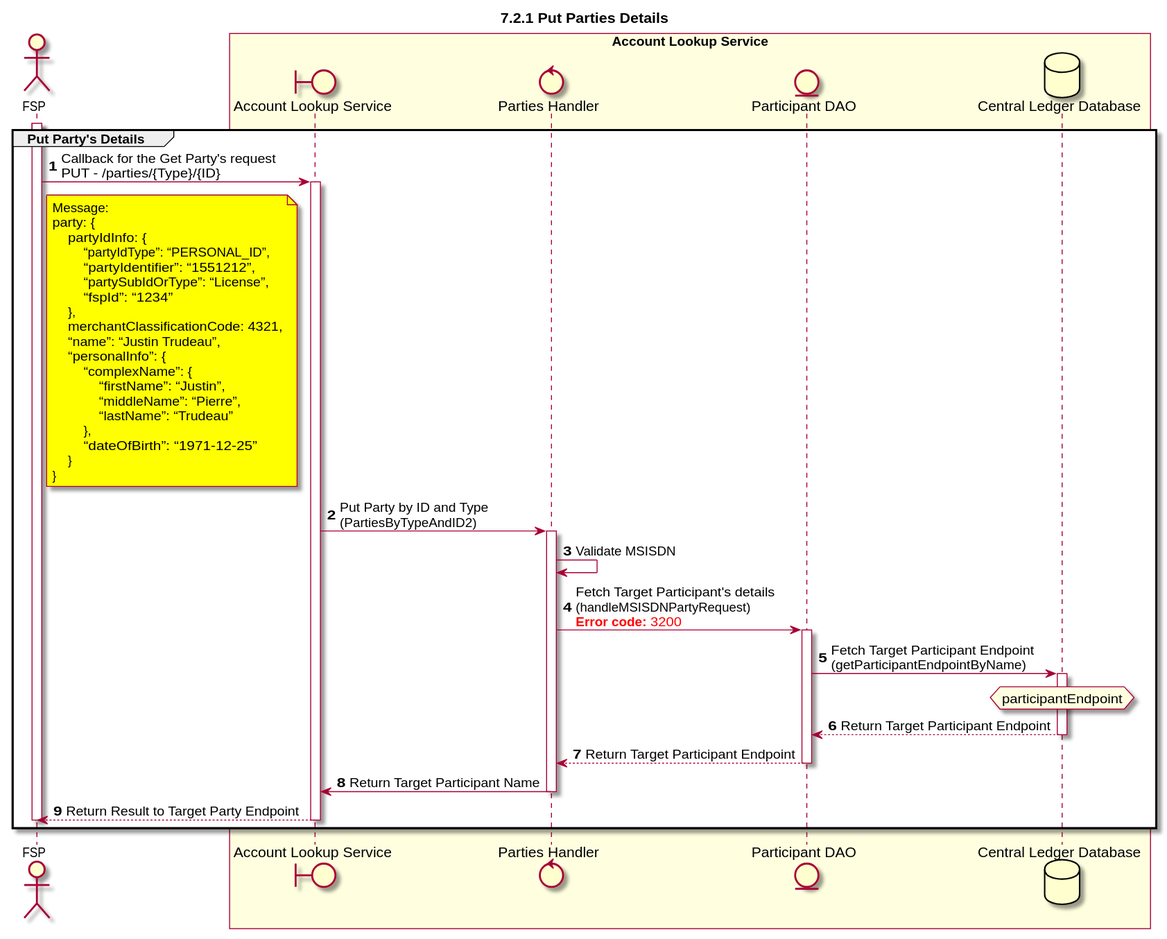
Before: Diagrams/SequenceDiagrams/seq-acct-lookup-put-parties-7.2.1.svg, a diagram exported from PlantUML (ggrg/docs).
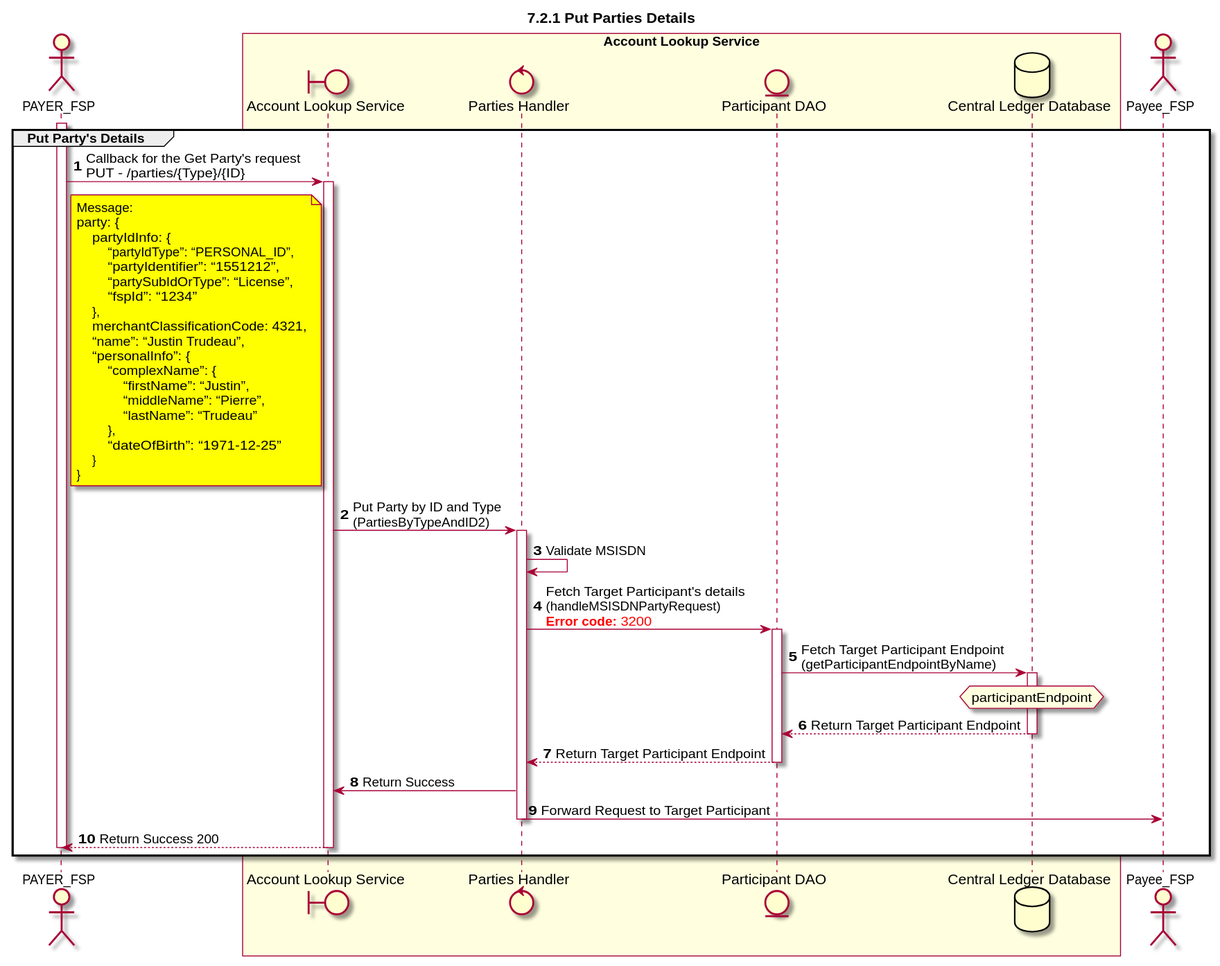
Above is the later version.

What changed in the source:
```diff
@@ -3,12 +3,13 @@
 
 autonumber
 
-actor "FSP" as FSP
+actor "PAYER_FSP" as PAYER_FSP
 boundary "Account Lookup Service" as ALS
 control "Parties Handler" as PARTIES_HANDLER
 entity "Account Lookup Service API" as ALS
 entity "Participant DAO" as PARTICIPANT_DAO
 database "Central Ledger Database" as DB
+actor "Payee_FSP" as PAYEE_FSP
 
 box "Account Lookup Service" #LightYellow
 participant ALS
@@ -17,11 +18,13 @@
 participant DB
 end box
 
+participant PAYEE_FSP
 
-activate FSP
+
+activate PAYER_FSP
 group Put Party's Details
-    FSP -> ALS: Callback for the Get Party's request   \nPUT - /parties/{Type}/{ID}
-    note right of FSP #yellow
+    PAYER_FSP -> ALS: Callback for the Get Party's request   \nPUT - /parties/{Type}/{ID}
+    note right of PAYER_FSP #yellow
         Message:
         party: {
             partyIdInfo: {
@@ -57,10 +60,11 @@
     deactivate DB
     PARTICIPANT_DAO --> PARTIES_HANDLER: Return Target Participant Endpoint
     deactivate PARTICIPANT_DAO
-    PARTIES_HANDLER -> ALS: Return Target Participant Name
+    PARTIES_HANDLER -> ALS: Return Success
+    PARTIES_HANDLER -> PAYEE_FSP: Forward Request to Target Participant
     deactivate PARTIES_HANDLER
-    ALS -->FSP: Return Result to Target Party Endpoint
+    ALS -->PAYER_FSP: Return Success 200
     deactivate ALS
-    deactivate FSP
+    deactivate PAYER_FSP
 end
 @enduml
```
